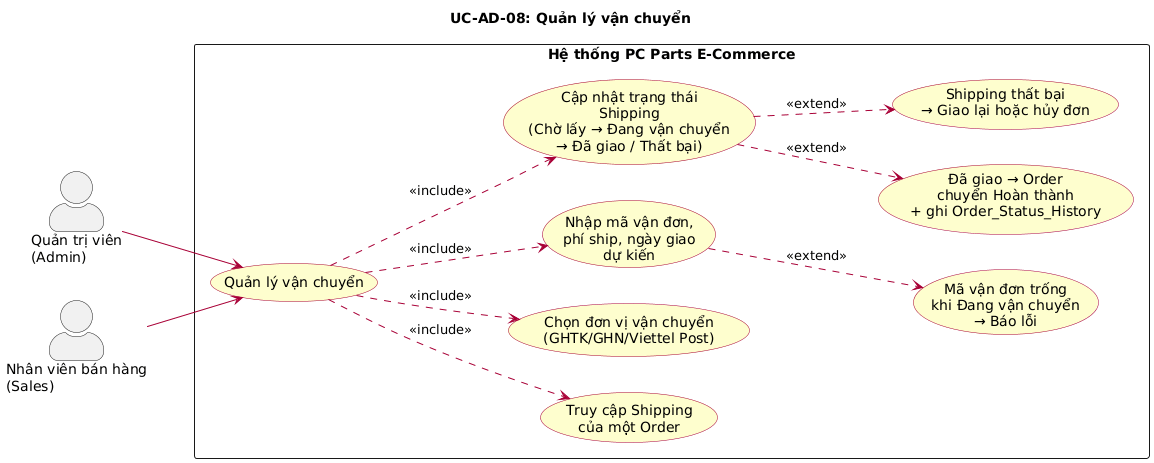
huuhieu56/PC-Parts-ECommerce keeps this PlantUML diagram as docs/diagrams/images/uc_AD08_quan_ly_van_chuyen.png. Above is the earlier version. Source of this version:
```plantuml
@startuml
left to right direction
skinparam actorStyle awesome
skinparam packageStyle rectangle
skinparam usecase {
  BackgroundColor #FEFECE
  BorderColor #A80036
  ArrowColor #A80036
}

title UC-AD-08: Quản lý vận chuyển

actor "Quản trị viên\n(Admin)" as Admin
actor "Nhân viên bán hàng\n(Sales)" as Sales

rectangle "Hệ thống PC Parts E-Commerce" {
  usecase "Quản lý vận chuyển" as UC_SHIP
  usecase "Truy cập Shipping\ncủa một Order" as UC_ACCESS
  usecase "Chọn đơn vị vận chuyển\n(GHTK/GHN/Viettel Post)" as UC_PROVIDER
  usecase "Nhập mã vận đơn,\nphí ship, ngày giao\ndự kiến" as UC_INPUT
  usecase "Cập nhật trạng thái\nShipping\n(Chờ lấy → Đang vận chuyển\n→ Đã giao / Thất bại)" as UC_STATUS
  usecase "Đã giao → Order\nchuyển Hoàn thành\n+ ghi Order_Status_History" as UC_COMPLETE
  usecase "Shipping thất bại\n→ Giao lại hoặc hủy đơn" as UC_ERR_FAIL
  usecase "Mã vận đơn trống\nkhi Đang vận chuyển\n→ Báo lỗi" as UC_ERR_TRACK
}

Admin --> UC_SHIP
Sales --> UC_SHIP

UC_SHIP ..> UC_ACCESS : <<include>>
UC_SHIP ..> UC_PROVIDER : <<include>>
UC_SHIP ..> UC_INPUT : <<include>>
UC_SHIP ..> UC_STATUS : <<include>>
UC_STATUS ..> UC_COMPLETE : <<extend>>
UC_STATUS ..> UC_ERR_FAIL : <<extend>>
UC_INPUT ..> UC_ERR_TRACK : <<extend>>
@enduml
```
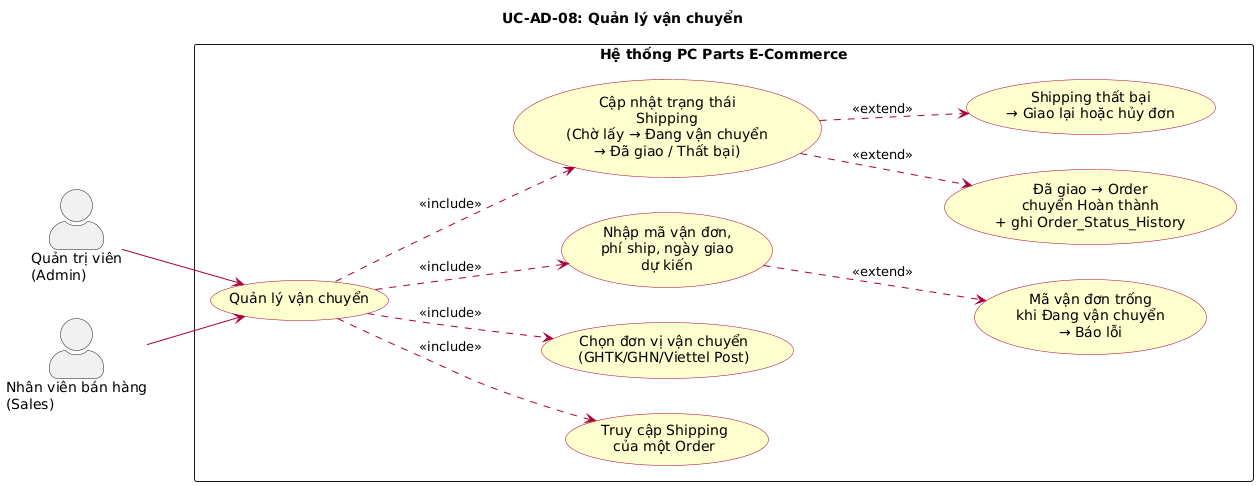
Above is the later version.

What changed in the source:
```diff
@@ -1,4 +1,4 @@
-@startuml
+@startuml uc_AD08_quan_ly_van_chuyen
 left to right direction
 skinparam actorStyle awesome
 skinparam packageStyle rectangle
@@ -34,4 +34,5 @@
 UC_STATUS ..> UC_COMPLETE : <<extend>>
 UC_STATUS ..> UC_ERR_FAIL : <<extend>>
 UC_INPUT ..> UC_ERR_TRACK : <<extend>>
+
 @enduml
```
